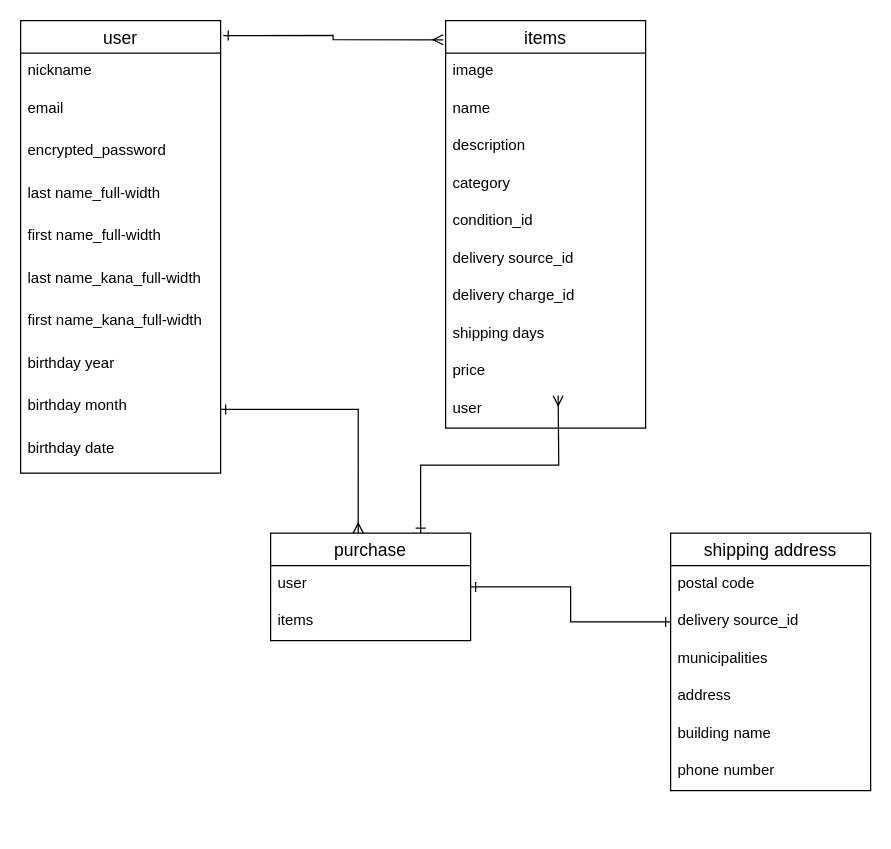
Before: furima.dio in yuudai13/furima-35961, a draw.io diagram. Source tidied: cells renumbered, new cells numbered last; positions are measured from the earlier drawing's top-left corner, leaving out a move shared by most shapes. Both pictures are drawn from the tidied source at 125%, with x=0, y=0 at pixel (20, 20).
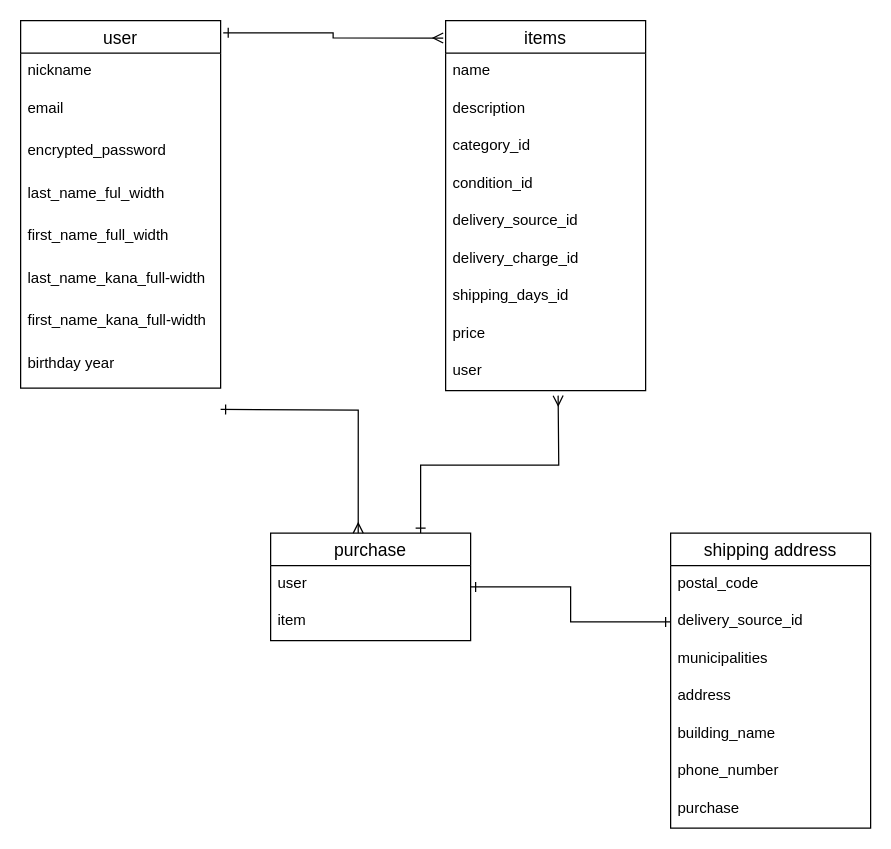
The same page after the edit.

The change refers to these unchanged cells:
```xml
<mxCell id="26" value="purchase" style="swimlane;fontStyle=0;horizontal=1;startSize=26;align=center;fontSize=14;" parent="1" vertex="1">
  <mxGeometry x="200" y="410" width="160" height="86" as="geometry" />
</mxCell>
```

Change to the diagram source:
```diff
@@
     <mxCell id="2" value="user" style="swimlane;fontStyle=0;horizontal=1;startSize=26;align=center;fontSize=14;" parent="1" vertex="1">
-      <mxGeometry width="160" height="362" as="geometry" />
+      <mxGeometry width="160" height="294" as="geometry" />
     </mxCell>
@@
-    <mxCell id="6" value="last name_full-width" style="text;strokeColor=none;fillColor=none;spacingLeft=4;spacingRight=4;overflow=hidden;fontSize=12;" parent="2" vertex="1">
+    <mxCell id="6" value="last_name_ful_width" style="text;strokeColor=none;fillColor=none;spacingLeft=4;spacingRight=4;overflow=hidden;fontSize=12;" parent="2" vertex="1">
       <mxGeometry y="124" width="160" height="34" as="geometry" />
     </mxCell>
-    <mxCell id="7" value="first name_full-width" style="text;strokeColor=none;fillColor=none;spacingLeft=4;spacingRight=4;overflow=hidden;fontSize=12;" parent="2" vertex="1">
+    <mxCell id="7" value="first_name_full_width" style="text;strokeColor=none;fillColor=none;spacingLeft=4;spacingRight=4;overflow=hidden;fontSize=12;" parent="2" vertex="1">
       <mxGeometry y="158" width="160" height="34" as="geometry" />
     </mxCell>
-    <mxCell id="8" value="last name_kana_full-width" style="text;strokeColor=none;fillColor=none;spacingLeft=4;spacingRight=4;overflow=hidden;fontSize=12;" parent="2" vertex="1">
+    <mxCell id="8" value="last_name_kana_full-width" style="text;strokeColor=none;fillColor=none;spacingLeft=4;spacingRight=4;overflow=hidden;fontSize=12;" parent="2" vertex="1">
       <mxGeometry y="192" width="160" height="34" as="geometry" />
     </mxCell>
-    <mxCell id="9" value="first name_kana_full-width" style="text;strokeColor=none;fillColor=none;spacingLeft=4;spacingRight=4;overflow=hidden;fontSize=12;" parent="2" vertex="1">
+    <mxCell id="9" value="first_name_kana_full-width" style="text;strokeColor=none;fillColor=none;spacingLeft=4;spacingRight=4;overflow=hidden;fontSize=12;" parent="2" vertex="1">
       <mxGeometry y="226" width="160" height="34" as="geometry" />
     </mxCell>
@@
-    <mxCell id="11" value="birthday month" style="text;strokeColor=none;fillColor=none;spacingLeft=4;spacingRight=4;overflow=hidden;points=[[0,0.5],[1,0.5]];portConstraint=eastwest;fontSize=12;" parent="2" vertex="1">
-      <mxGeometry y="294" width="160" height="34" as="geometry" />
-    </mxCell>
-    <mxCell id="12" value="birthday date" style="text;strokeColor=none;fillColor=none;spacingLeft=4;spacingRight=4;overflow=hidden;fontSize=12;" parent="2" vertex="1">
-      <mxGeometry y="328" width="160" height="34" as="geometry" />
-    </mxCell>
     <mxCell id="13" value="items" style="swimlane;fontStyle=0;horizontal=1;startSize=26;align=center;fontSize=14;" parent="1" vertex="1">
-      <mxGeometry x="340" width="160" height="326" as="geometry" />
+      <mxGeometry x="340" width="160" height="296" as="geometry" />
     </mxCell>
-    <mxCell id="14" value="image" style="text;strokeColor=none;fillColor=none;spacingLeft=4;spacingRight=4;overflow=hidden;fontSize=12;" parent="13" vertex="1">
-      <mxGeometry y="26" width="160" height="30" as="geometry" />
-    </mxCell>
     <mxCell id="15" value="name" style="text;strokeColor=none;fillColor=none;spacingLeft=4;spacingRight=4;overflow=hidden;fontSize=12;" parent="13" vertex="1">
-      <mxGeometry y="56" width="160" height="30" as="geometry" />
+      <mxGeometry y="26" width="160" height="30" as="geometry" />
     </mxCell>
     <mxCell id="16" value="description" style="text;strokeColor=none;fillColor=none;spacingLeft=4;spacingRight=4;overflow=hidden;fontSize=12;" parent="13" vertex="1">
-      <mxGeometry y="86" width="160" height="30" as="geometry" />
+      <mxGeometry y="56" width="160" height="30" as="geometry" />
     </mxCell>
-    <mxCell id="17" value="category" style="text;strokeColor=none;fillColor=none;spacingLeft=4;spacingRight=4;overflow=hidden;fontSize=12;" parent="13" vertex="1">
-      <mxGeometry y="116" width="160" height="30" as="geometry" />
+    <mxCell id="17" value="category_id" style="text;strokeColor=none;fillColor=none;spacingLeft=4;spacingRight=4;overflow=hidden;fontSize=12;" parent="13" vertex="1">
+      <mxGeometry y="86" width="160" height="30" as="geometry" />
     </mxCell>
     <mxCell id="18" value="condition_id" style="text;strokeColor=none;fillColor=none;spacingLeft=4;spacingRight=4;overflow=hidden;fontSize=12;" parent="13" vertex="1">
-      <mxGeometry y="146" width="160" height="30" as="geometry" />
+      <mxGeometry y="116" width="160" height="30" as="geometry" />
     </mxCell>
-    <mxCell id="19" value="delivery source_id" style="text;strokeColor=none;fillColor=none;spacingLeft=4;spacingRight=4;overflow=hidden;fontSize=12;" parent="13" vertex="1">
-      <mxGeometry y="176" width="160" height="30" as="geometry" />
+    <mxCell id="19" value="delivery_source_id" style="text;strokeColor=none;fillColor=none;spacingLeft=4;spacingRight=4;overflow=hidden;fontSize=12;" parent="13" vertex="1">
+      <mxGeometry y="146" width="160" height="30" as="geometry" />
     </mxCell>
-    <mxCell id="20" value="delivery charge_id" style="text;strokeColor=none;fillColor=none;spacingLeft=4;spacingRight=4;overflow=hidden;fontSize=12;" parent="13" vertex="1">
-      <mxGeometry y="206" width="160" height="30" as="geometry" />
+    <mxCell id="20" value="delivery_charge_id" style="text;strokeColor=none;fillColor=none;spacingLeft=4;spacingRight=4;overflow=hidden;fontSize=12;" parent="13" vertex="1">
+      <mxGeometry y="176" width="160" height="30" as="geometry" />
     </mxCell>
-    <mxCell id="21" value="shipping days" style="text;strokeColor=none;fillColor=none;spacingLeft=4;spacingRight=4;overflow=hidden;fontSize=12;" parent="13" vertex="1">
-      <mxGeometry y="236" width="160" height="30" as="geometry" />
+    <mxCell id="21" value="shipping_days_id" style="text;strokeColor=none;fillColor=none;spacingLeft=4;spacingRight=4;overflow=hidden;fontSize=12;" parent="13" vertex="1">
+      <mxGeometry y="206" width="160" height="30" as="geometry" />
     </mxCell>
     <mxCell id="22" value="price" style="text;strokeColor=none;fillColor=none;spacingLeft=4;spacingRight=4;overflow=hidden;fontSize=12;" parent="13" vertex="1">
-      <mxGeometry y="266" width="160" height="30" as="geometry" />
+      <mxGeometry y="236" width="160" height="30" as="geometry" />
     </mxCell>
     <mxCell id="23" value="user" style="text;strokeColor=none;fillColor=none;spacingLeft=4;spacingRight=4;overflow=hidden;fontSize=12;" parent="13" vertex="1">
-      <mxGeometry y="296" width="160" height="30" as="geometry" />
+      <mxGeometry y="266" width="160" height="30" as="geometry" />
     </mxCell>
@@
-    <mxCell id="28" value="items" style="text;strokeColor=none;fillColor=none;spacingLeft=4;spacingRight=4;overflow=hidden;fontSize=12;" parent="26" vertex="1">
+    <mxCell id="28" value="item" style="text;strokeColor=none;fillColor=none;spacingLeft=4;spacingRight=4;overflow=hidden;fontSize=12;" parent="26" vertex="1">
       <mxGeometry y="56" width="160" height="30" as="geometry" />
     </mxCell>
@@
-    <mxCell id="30" style="edgeStyle=orthogonalEdgeStyle;rounded=0;jettySize=auto;html=1;startArrow=ERone;startFill=0;endArrow=ERmany;endFill=0;entryX=0.438;entryY=0;entryDx=0;entryDy=0;entryPerimeter=0;" parent="1" edge="1" source="11" target="26">
-      <mxGeometry relative="1" as="geometry" />
+    <mxCell id="30" style="edgeStyle=orthogonalEdgeStyle;rounded=0;jettySize=auto;html=1;startArrow=ERone;startFill=0;endArrow=ERmany;endFill=0;entryX=0.438;entryY=0;entryDx=0;entryDy=0;entryPerimeter=0;" parent="1" edge="1" target="26">
+      <mxGeometry relative="1" as="geometry">
+        <mxPoint x="160" y="311" as="sourcePoint" />
+      </mxGeometry>
     </mxCell>
     <mxCell id="31" value="shipping address" style="swimlane;fontStyle=0;horizontal=1;startSize=26;align=center;fontSize=14;" parent="1" vertex="1">
-      <mxGeometry x="520" y="410" width="160" height="206" as="geometry" />
+      <mxGeometry x="520" y="410" width="160" height="236" as="geometry" />
     </mxCell>
-    <mxCell id="32" value="postal code" style="text;strokeColor=none;fillColor=none;spacingLeft=4;spacingRight=4;overflow=hidden;fontSize=12;" parent="31" vertex="1">
+    <mxCell id="32" value="postal_code" style="text;strokeColor=none;fillColor=none;spacingLeft=4;spacingRight=4;overflow=hidden;fontSize=12;" parent="31" vertex="1">
       <mxGeometry y="26" width="160" height="30" as="geometry" />
     </mxCell>
-    <mxCell id="33" value="delivery source_id" style="text;strokeColor=none;fillColor=none;spacingLeft=4;spacingRight=4;overflow=hidden;points=[[0,0.5],[1,0.5]];portConstraint=eastwest;fontSize=12;" parent="31" vertex="1">
+    <mxCell id="33" value="delivery_source_id" style="text;strokeColor=none;fillColor=none;spacingLeft=4;spacingRight=4;overflow=hidden;points=[[0,0.5],[1,0.5]];portConstraint=eastwest;fontSize=12;" parent="31" vertex="1">
       <mxGeometry y="56" width="160" height="30" as="geometry" />
     </mxCell>
@@
-    <mxCell id="36" value="building name" style="text;strokeColor=none;fillColor=none;spacingLeft=4;spacingRight=4;overflow=hidden;fontSize=12;" parent="31" vertex="1">
+    <mxCell id="36" value="building_name" style="text;strokeColor=none;fillColor=none;spacingLeft=4;spacingRight=4;overflow=hidden;fontSize=12;" parent="31" vertex="1">
       <mxGeometry y="146" width="160" height="30" as="geometry" />
     </mxCell>
-    <mxCell id="37" value="phone number" style="text;strokeColor=none;fillColor=none;spacingLeft=4;spacingRight=4;overflow=hidden;fontSize=12;" parent="31" vertex="1">
+    <mxCell id="37" value="phone_number" style="text;strokeColor=none;fillColor=none;spacingLeft=4;spacingRight=4;overflow=hidden;fontSize=12;" parent="31" vertex="1">
       <mxGeometry y="176" width="160" height="30" as="geometry" />
     </mxCell>
+    <mxCell id="38" value="purchase" style="text;strokeColor=none;fillColor=none;spacingLeft=4;spacingRight=4;overflow=hidden;fontSize=12;" parent="31" vertex="1">
+      <mxGeometry y="206" width="160" height="30" as="geometry" />
+    </mxCell>
```
